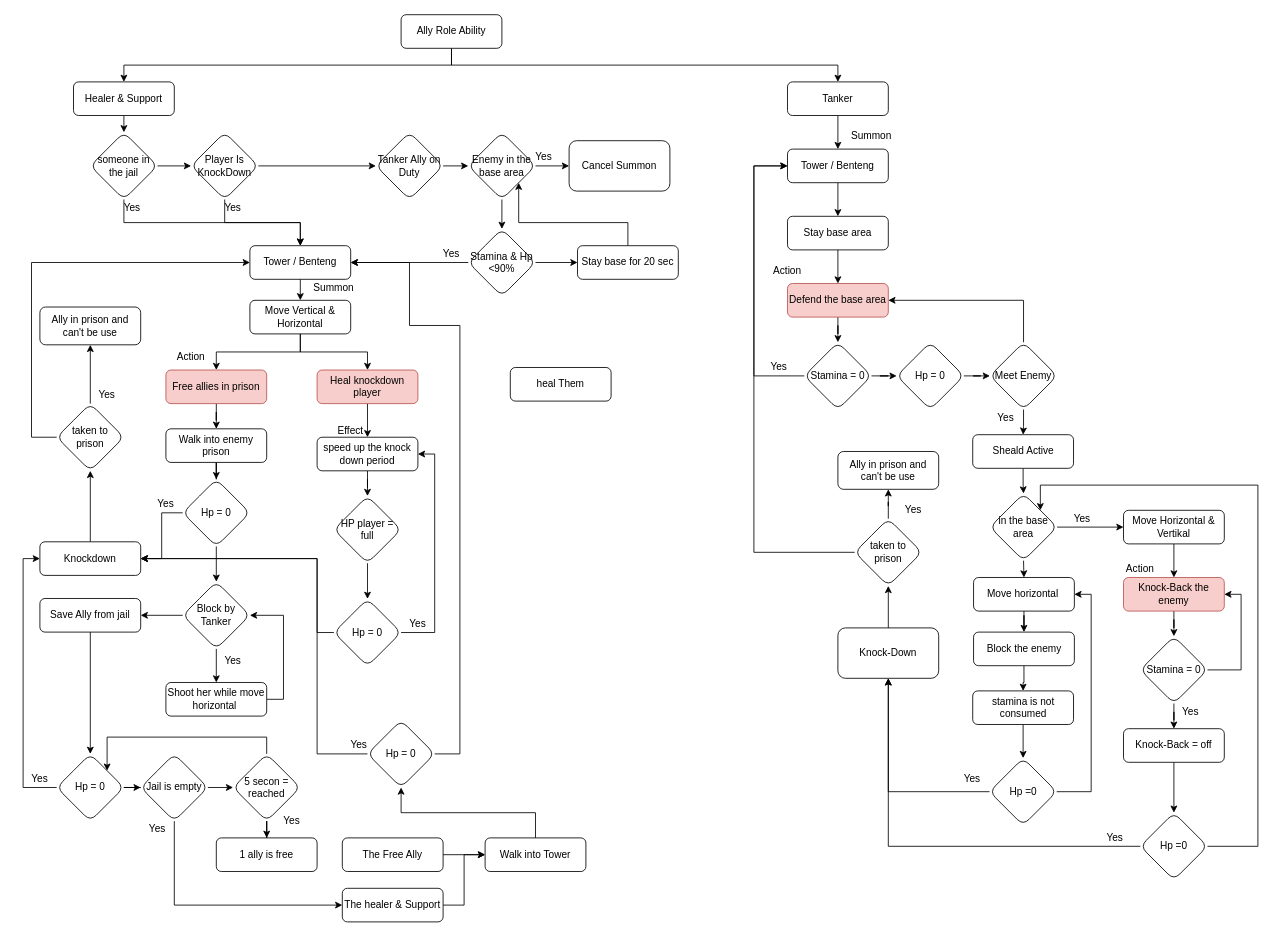
Earlier version of the draw.io diagram Untitled Diagram.drawio (RioEka/S5). Source tidied: cells renumbered, new cells numbered last; positions are measured from the earlier drawing's top-left corner, leaving out a move shared by most shapes. Both pictures are drawn from the tidied source at 84%, with x=0, y=0 at pixel (14, 14).
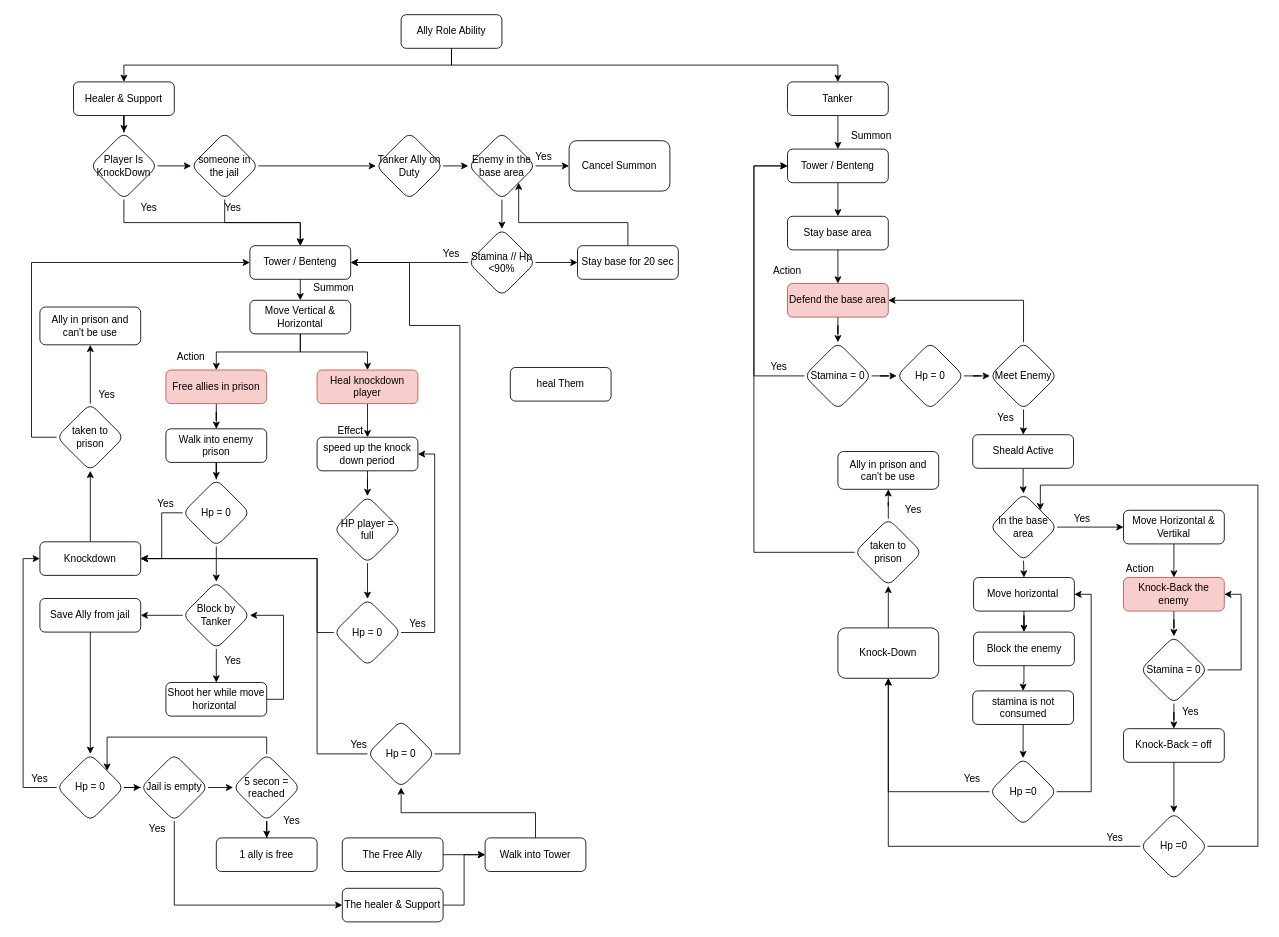
The same page after the edit.

Unchanged cells that the change refers to:
```xml
<mxCell id="6" value="Healer &amp;amp; Support" style="rounded=1;whiteSpace=wrap;html=1;fontSize=12;glass=0;strokeWidth=1;shadow=0;" parent="1" vertex="1">
  <mxGeometry x="70" y="80" width="120" height="40" as="geometry" />
</mxCell>
<mxCell id="18" value="Tower / Benteng" style="rounded=1;whiteSpace=wrap;html=1;fontSize=12;glass=0;strokeWidth=1;shadow=0;" parent="1" vertex="1">
  <mxGeometry x="280" y="275" width="120" height="40" as="geometry" />
</mxCell>
<mxCell id="138" value="Tanker Ally on Duty" style="rhombus;whiteSpace=wrap;html=1;rounded=1;glass=0;strokeWidth=1;shadow=0;" parent="1" vertex="1">
  <mxGeometry x="430" y="140" width="80" height="80" as="geometry" />
</mxCell>
```

What changed in the source:
```diff
@@
-    <mxCell id="5" style="edgeStyle=orthogonalEdgeStyle;rounded=0;jettySize=auto;html=1;exitX=0.5;exitY=1;exitDx=0;exitDy=0;entryX=0.5;entryY=0;entryDx=0;entryDy=0;" parent="1" edge="1" source="6" target="130">
-      <mxGeometry relative="1" as="geometry" />
-    </mxCell>
+    <mxCell id="152" style="edgeStyle=orthogonalEdgeStyle;rounded=0;jettySize=auto;html=1;exitX=0.5;exitY=1;exitDx=0;exitDy=0;" parent="1" edge="1" source="6" target="136">
+      <mxGeometry relative="1" as="geometry" />
+    </mxCell>
@@
-    <mxCell id="128" style="edgeStyle=orthogonalEdgeStyle;rounded=0;jettySize=auto;html=1;" parent="1" edge="1" source="130" target="136">
-      <mxGeometry relative="1" as="geometry" />
-    </mxCell>
@@
+    <mxCell id="153" style="edgeStyle=orthogonalEdgeStyle;rounded=0;jettySize=auto;html=1;exitX=1;exitY=0.5;exitDx=0;exitDy=0;entryX=0;entryY=0.5;entryDx=0;entryDy=0;" parent="1" edge="1" source="130" target="138">
+      <mxGeometry relative="1" as="geometry" />
+    </mxCell>
     <mxCell id="130" value="someone in the jail" style="rhombus;whiteSpace=wrap;html=1;rounded=1;glass=0;strokeWidth=1;shadow=0;" parent="1" vertex="1">
-      <mxGeometry x="90" y="140" width="80" height="80" as="geometry" />
+      <mxGeometry x="210" y="140" width="80" height="80" as="geometry" />
     </mxCell>
@@
     <mxCell id="133" value="Yes" style="text;html=1;strokeColor=none;fillColor=none;align=center;verticalAlign=middle;whiteSpace=wrap;rounded=0;" parent="1" vertex="1">
-      <mxGeometry x="110" y="220" width="60" height="20" as="geometry" />
+      <mxGeometry x="130" y="220" width="60" height="20" as="geometry" />
     </mxCell>
-    <mxCell id="134" style="edgeStyle=orthogonalEdgeStyle;rounded=0;jettySize=auto;html=1;" parent="1" edge="1" source="136" target="138">
-      <mxGeometry relative="1" as="geometry" />
-    </mxCell>
-    <mxCell id="135" style="edgeStyle=orthogonalEdgeStyle;rounded=0;jettySize=auto;html=1;exitX=0.5;exitY=1;exitDx=0;exitDy=0;entryX=0.5;entryY=0;entryDx=0;entryDy=0;" parent="1" edge="1" source="136" target="18">
+    <mxCell id="135" style="edgeStyle=orthogonalEdgeStyle;rounded=0;jettySize=auto;html=1;exitX=0.5;exitY=1;exitDx=0;exitDy=0;" parent="1" edge="1" source="136" target="18">
       <mxGeometry relative="1" as="geometry" />
     </mxCell>
+    <mxCell id="154" style="edgeStyle=orthogonalEdgeStyle;rounded=0;jettySize=auto;html=1;" parent="1" edge="1" source="136" target="130">
+      <mxGeometry relative="1" as="geometry" />
+    </mxCell>
     <mxCell id="136" value="Player Is KnockDown" style="rhombus;whiteSpace=wrap;html=1;rounded=1;glass=0;strokeWidth=1;shadow=0;" parent="1" vertex="1">
-      <mxGeometry x="210" y="140" width="80" height="80" as="geometry" />
+      <mxGeometry x="90" y="140" width="80" height="80" as="geometry" />
     </mxCell>
@@
-    <mxCell id="142" value="Stamina &amp;amp; Hp &amp;lt;90%" style="rhombus;whiteSpace=wrap;html=1;rounded=1;glass=0;strokeWidth=1;shadow=0;" parent="1" vertex="1">
+    <mxCell id="142" value="Stamina // Hp &amp;lt;90%" style="rhombus;whiteSpace=wrap;html=1;rounded=1;glass=0;strokeWidth=1;shadow=0;" parent="1" vertex="1">
       <mxGeometry x="540" y="255" width="80" height="80" as="geometry" />
     </mxCell>
```
